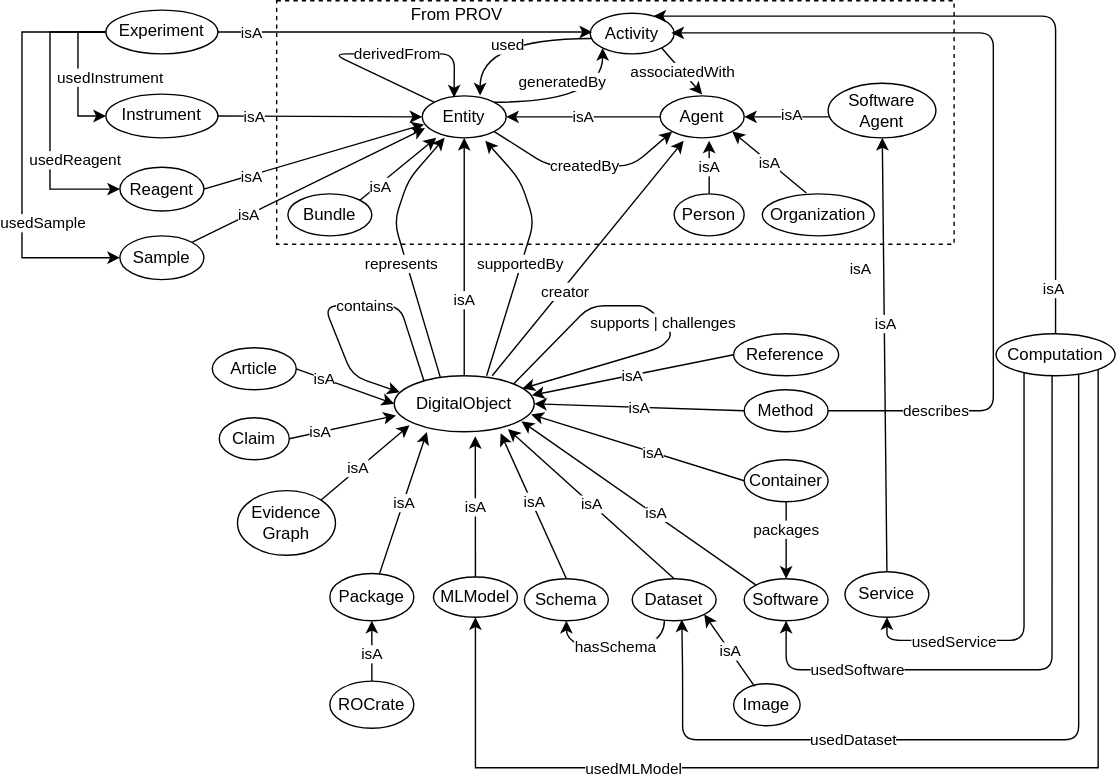
Before: resources/images/v13/EVI-v-1-3.svg, a diagram exported from draw.io (fairscape/EVI). Source tidied: cells renumbered, new cells last; positions are measured from the earlier drawing's top-left corner, leaving out a move shared by most shapes.
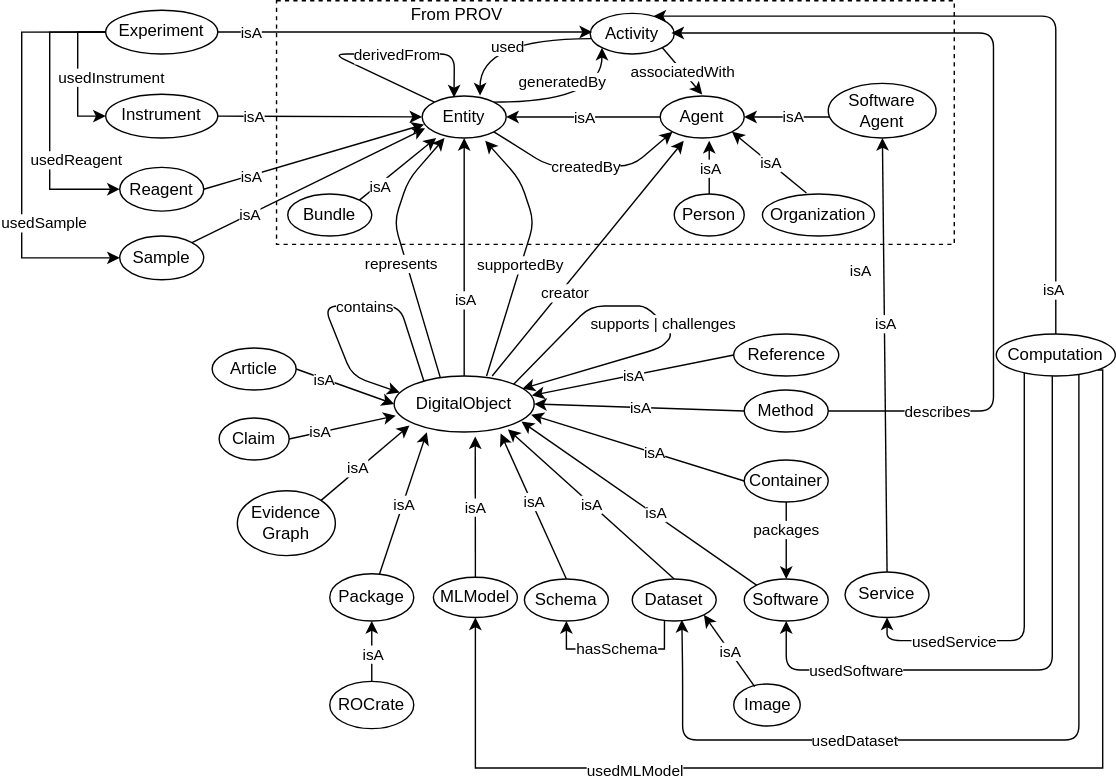
The same file after the commit.

What changed in the source:
```diff
@@ -228,10 +228,11 @@
         <mxPoint x="-41" y="191" as="offset" />
       </mxGeometry>
     </mxCell>
-    <mxCell id="53" style="edgeStyle=orthogonalEdgeStyle;rounded=0;jettySize=auto;html=1;exitX=1;exitY=1;exitDx=0;exitDy=0;entryX=0.5;entryY=1;entryDx=0;entryDy=0;" parent="1" edge="1" source="55" target="35">
+    <mxCell id="53" style="edgeStyle=orthogonalEdgeStyle;rounded=0;jettySize=auto;html=1;entryX=0.5;entryY=1;entryDx=0;entryDy=0;exitX=1;exitY=1;exitDx=0;exitDy=0;" parent="1" edge="1" source="55" target="35">
       <mxGeometry relative="1" as="geometry">
         <Array as="points">
-          <mxPoint x="769" y="548" />
+          <mxPoint x="772" y="264" />
+          <mxPoint x="772" y="548" />
           <mxPoint x="324" y="548" />
         </Array>
       </mxGeometry>
@@ -501,7 +502,7 @@
     <mxCell id="118" value="isA" style="edgeLabel;html=1;align=center;verticalAlign=middle;" parent="117" vertex="1">
       <mxGeometry x="-0.51" relative="1" as="geometry" />
     </mxCell>
-    <mxCell id="119" style="rounded=0;jettySize=auto;html=1;exitX=0.384;exitY=0.995;exitDx=0;exitDy=0;entryX=0.5;entryY=1;entryDx=0;entryDy=0;exitPerimeter=0;edgeStyle=orthogonalEdgeStyle;curved=1;" parent="1" edge="1" source="57" target="83">
+    <mxCell id="119" style="rounded=0;jettySize=auto;html=1;exitX=0.384;exitY=0.995;exitDx=0;exitDy=0;entryX=0.5;entryY=1;entryDx=0;entryDy=0;exitPerimeter=0;edgeStyle=orthogonalEdgeStyle;" parent="1" edge="1" source="57" target="83">
       <mxGeometry relative="1" as="geometry" />
     </mxCell>
     <mxCell id="120" value="hasSchema" style="edgeLabel;html=1;align=center;verticalAlign=middle;" parent="119" vertex="1">
```
